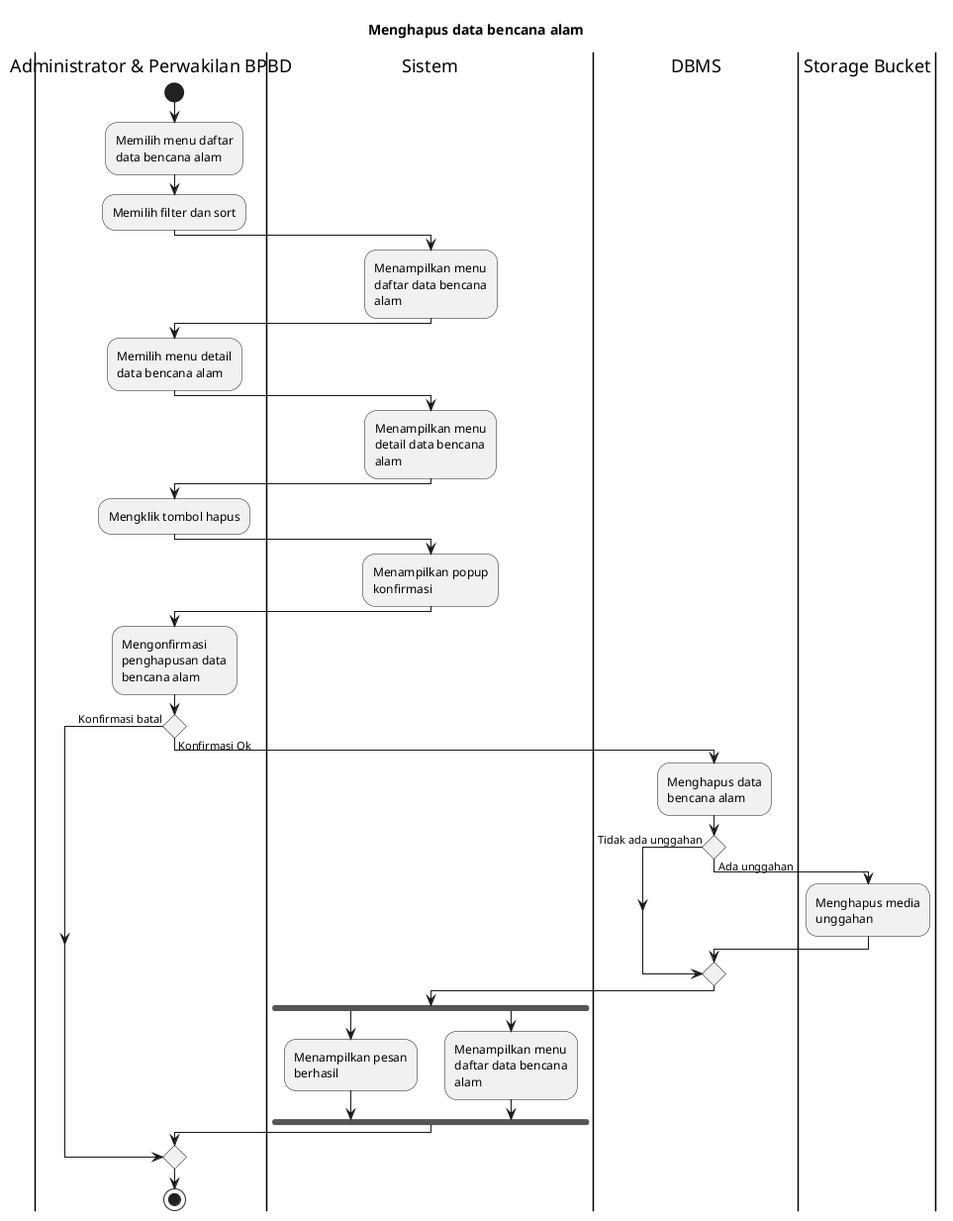
bagusNA/appl-diagrams keeps this PlantUML diagram as export/Activity Diagrams/UC-MGDISASTER - Manajemen Data Bencana/UC-MGDISASTER-010 - Menghapus data bencana alam.png. Above is the earlier version.
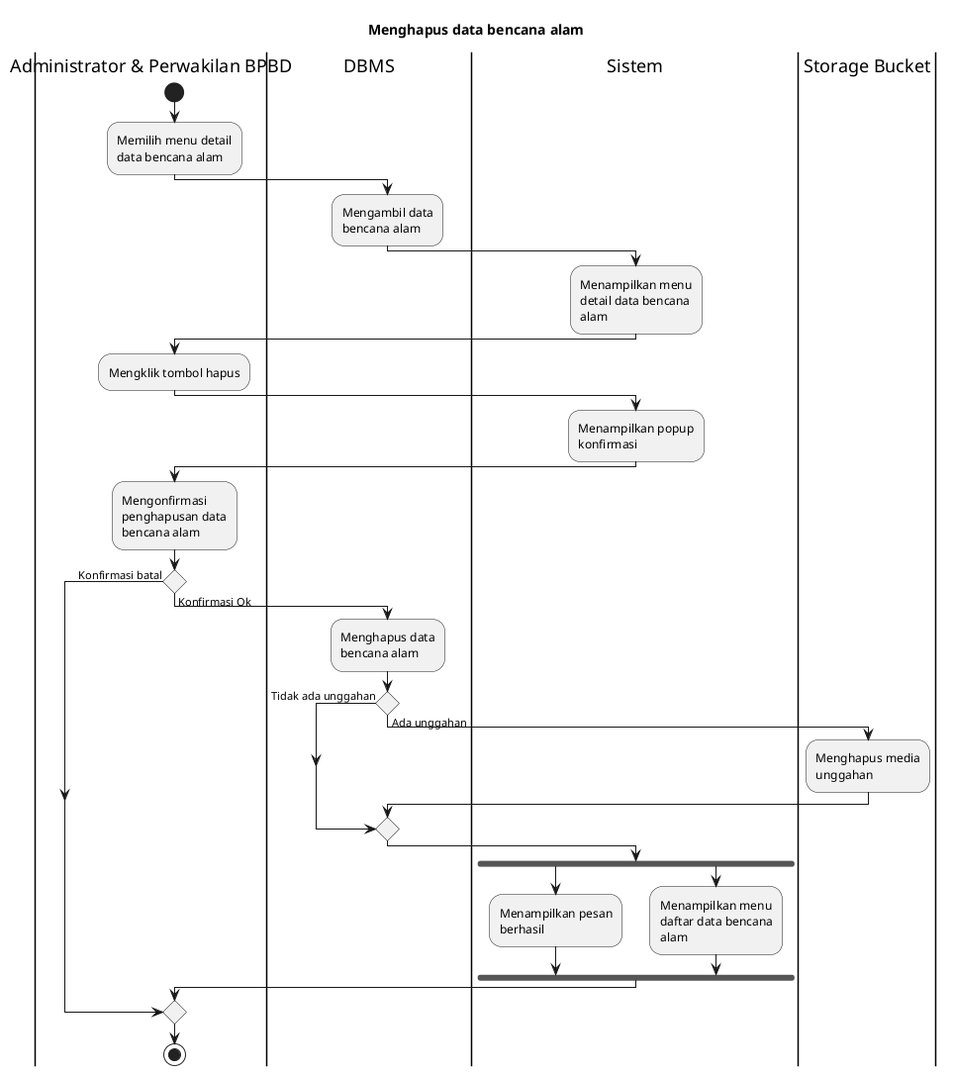
Later version of the same file.

Change to the diagram source:
```diff
@@ -5,14 +5,10 @@
 
 |Administrator & Perwakilan BPBD|
 start
-:Memilih menu daftar data bencana alam;
-:Memilih filter dan sort;
+:Memilih menu detail data bencana alam;
 
-|Sistem|
-:Menampilkan menu daftar data bencana alam;
-
-|Administrator & Perwakilan BPBD|
-:Memilih menu detail data bencana alam;
+|DBMS|
+:Mengambil data bencana alam;
 
 |Sistem|
 :Menampilkan menu detail data bencana alam;
```
